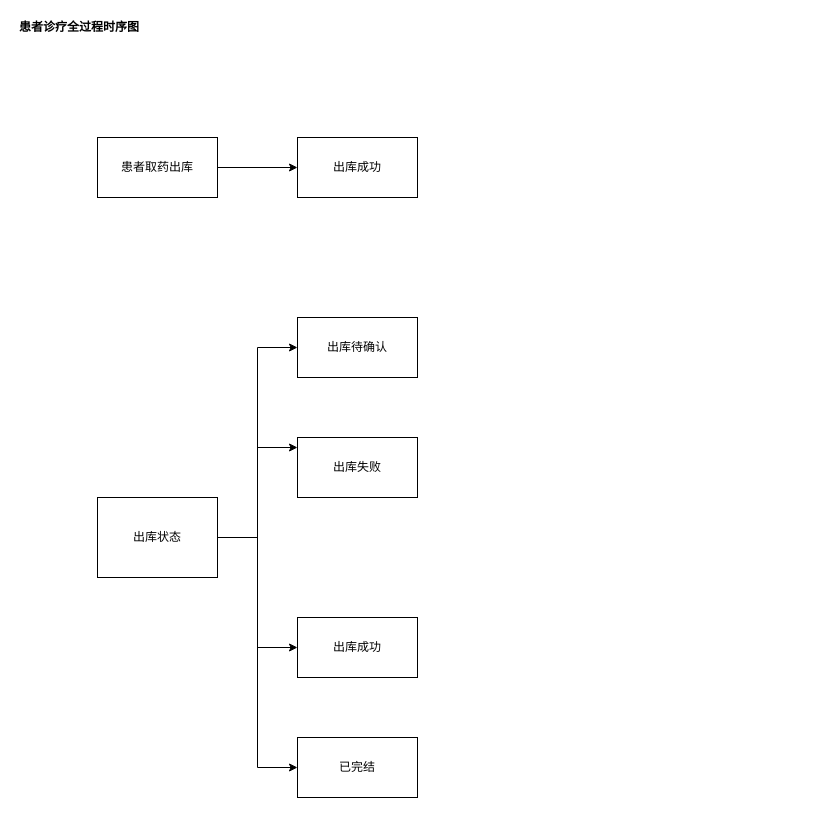
The draw.io diagram src/work/hongkang/warehouse/stockout-flow.drawio in ab-doc/draw.io, before the edit. Source tidied: cells renumbered, new cells numbered last; positions are measured from the earlier drawing's top-left corner, leaving out a move shared by most shapes. Both pictures are drawn from the tidied source at 100%, with x=0, y=0 at pixel (17, 17).
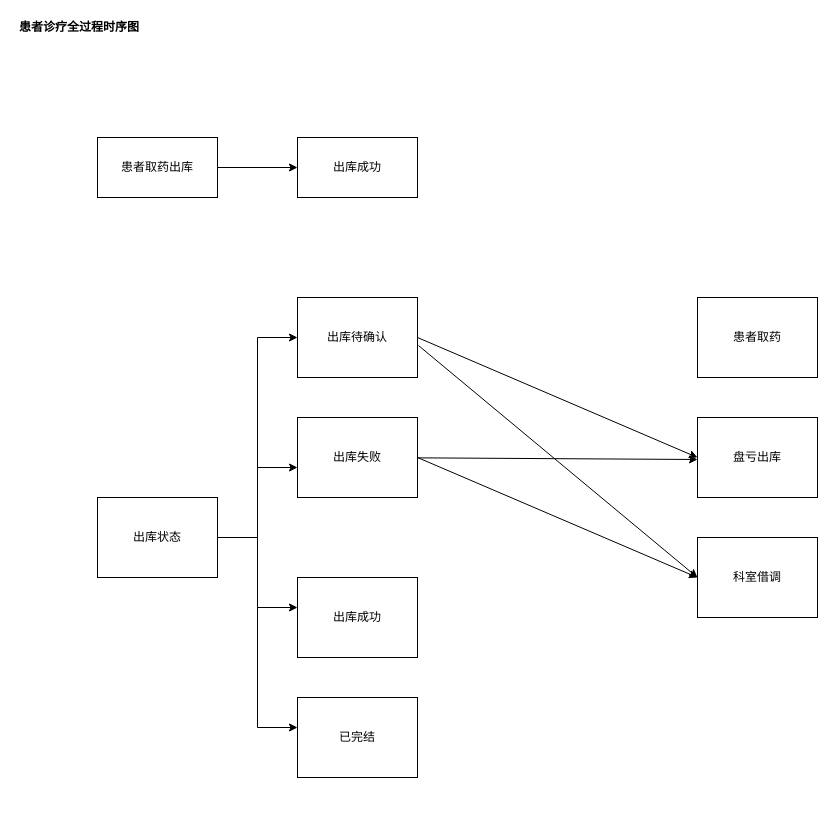
Above is the later version.

Unchanged cells that the change refers to:
```xml
<mxCell id="10" value="出库状态" style="rounded=0;whiteSpace=wrap;html=1;" parent="1" vertex="1">
  <mxGeometry x="80" y="480" width="120" height="80" as="geometry" />
</mxCell>
```

What changed in the source:
```diff
@@
     <mxCell id="7" style="edgeStyle=orthogonalEdgeStyle;rounded=0;jettySize=auto;html=1;" parent="1" edge="1" source="10" target="12">
       <mxGeometry relative="1" as="geometry">
         <Array as="points">
           <mxPoint x="240" y="520" />
-          <mxPoint x="240" y="750" />
+          <mxPoint x="240" y="710" />
         </Array>
       </mxGeometry>
     </mxCell>
     <mxCell id="8" style="edgeStyle=orthogonalEdgeStyle;rounded=0;jettySize=auto;html=1;" parent="1" edge="1" source="10" target="13">
       <mxGeometry relative="1" as="geometry">
         <Array as="points">
           <mxPoint x="240" y="520" />
-          <mxPoint x="240" y="430" />
+          <mxPoint x="240" y="450" />
         </Array>
       </mxGeometry>
     </mxCell>
     <mxCell id="9" style="edgeStyle=orthogonalEdgeStyle;rounded=0;jettySize=auto;html=1;" parent="1" edge="1" source="10" target="14">
       <mxGeometry relative="1" as="geometry">
         <Array as="points">
           <mxPoint x="240" y="520" />
-          <mxPoint x="240" y="630" />
+          <mxPoint x="240" y="590" />
         </Array>
       </mxGeometry>
     </mxCell>
@@
     <mxCell id="11" value="出库待确认" style="rounded=0;whiteSpace=wrap;html=1;" parent="1" vertex="1">
-      <mxGeometry x="280" y="300" width="120" height="60" as="geometry" />
+      <mxGeometry x="280" y="280" width="120" height="80" as="geometry" />
     </mxCell>
     <mxCell id="12" value="已完结" style="rounded=0;whiteSpace=wrap;html=1;" parent="1" vertex="1">
-      <mxGeometry x="280" y="720" width="120" height="60" as="geometry" />
+      <mxGeometry x="280" y="680" width="120" height="80" as="geometry" />
     </mxCell>
     <mxCell id="13" value="出库失败" style="rounded=0;whiteSpace=wrap;html=1;" parent="1" vertex="1">
-      <mxGeometry x="280" y="420" width="120" height="60" as="geometry" />
+      <mxGeometry x="280" y="400" width="120" height="80" as="geometry" />
     </mxCell>
     <mxCell id="14" value="出库成功" style="rounded=0;whiteSpace=wrap;html=1;" parent="1" vertex="1">
-      <mxGeometry x="280" y="600" width="120" height="60" as="geometry" />
+      <mxGeometry x="280" y="560" width="120" height="80" as="geometry" />
     </mxCell>
+    <mxCell id="15" value="患者取药" style="rounded=0;whiteSpace=wrap;html=1;" parent="1" vertex="1">
+      <mxGeometry x="680" y="280" width="120" height="80" as="geometry" />
+    </mxCell>
+    <mxCell id="16" value="盘亏出库" style="rounded=0;whiteSpace=wrap;html=1;" parent="1" vertex="1">
+      <mxGeometry x="680" y="400" width="120" height="80" as="geometry" />
+    </mxCell>
+    <mxCell id="17" value="科室借调" style="rounded=0;whiteSpace=wrap;html=1;" parent="1" vertex="1">
+      <mxGeometry x="680" y="520" width="120" height="80" as="geometry" />
+    </mxCell>
+    <mxCell id="18" style="endArrow=classic;html=1;exitX=1;exitY=0.5;exitDx=0;exitDy=0;entryX=0;entryY=0.5;entryDx=0;entryDy=0;" parent="1" edge="1" source="11" target="16">
+      <mxGeometry relative="1" as="geometry" />
+    </mxCell>
+    <mxCell id="19" style="endArrow=classic;html=1;exitX=1.008;exitY=0.6;exitDx=0;exitDy=0;entryX=0;entryY=0.5;entryDx=0;entryDy=0;exitPerimeter=0;" parent="1" edge="1" source="11" target="17">
+      <mxGeometry relative="1" as="geometry" />
+    </mxCell>
+    <mxCell id="20" style="endArrow=classic;html=1;" parent="1" edge="1" source="13">
+      <mxGeometry relative="1" as="geometry">
+        <mxPoint x="680" y="442" as="targetPoint" />
+      </mxGeometry>
+    </mxCell>
+    <mxCell id="21" style="endArrow=classic;html=1;exitX=1;exitY=0.5;exitDx=0;exitDy=0;" parent="1" edge="1" source="13">
+      <mxGeometry relative="1" as="geometry">
+        <mxPoint x="680" y="560" as="targetPoint" />
+      </mxGeometry>
+    </mxCell>
```
